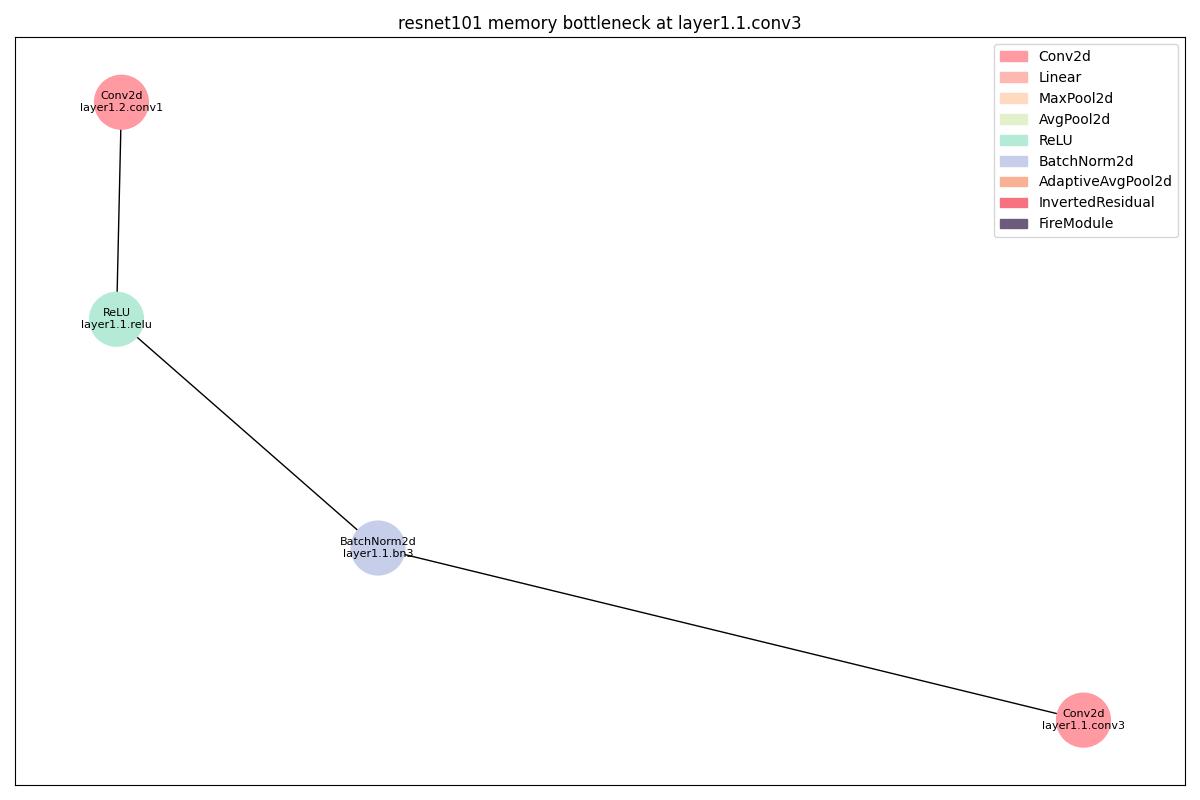
Earlier version of the Graphviz export dags/resnet101_memory_layer1_1_conv3_op.png (11222-Meng/DNN_Bottlen_Layer_Analysis). Its source is kept beside it as dags/resnet101_memory_layer1_1_conv3_op.dot.
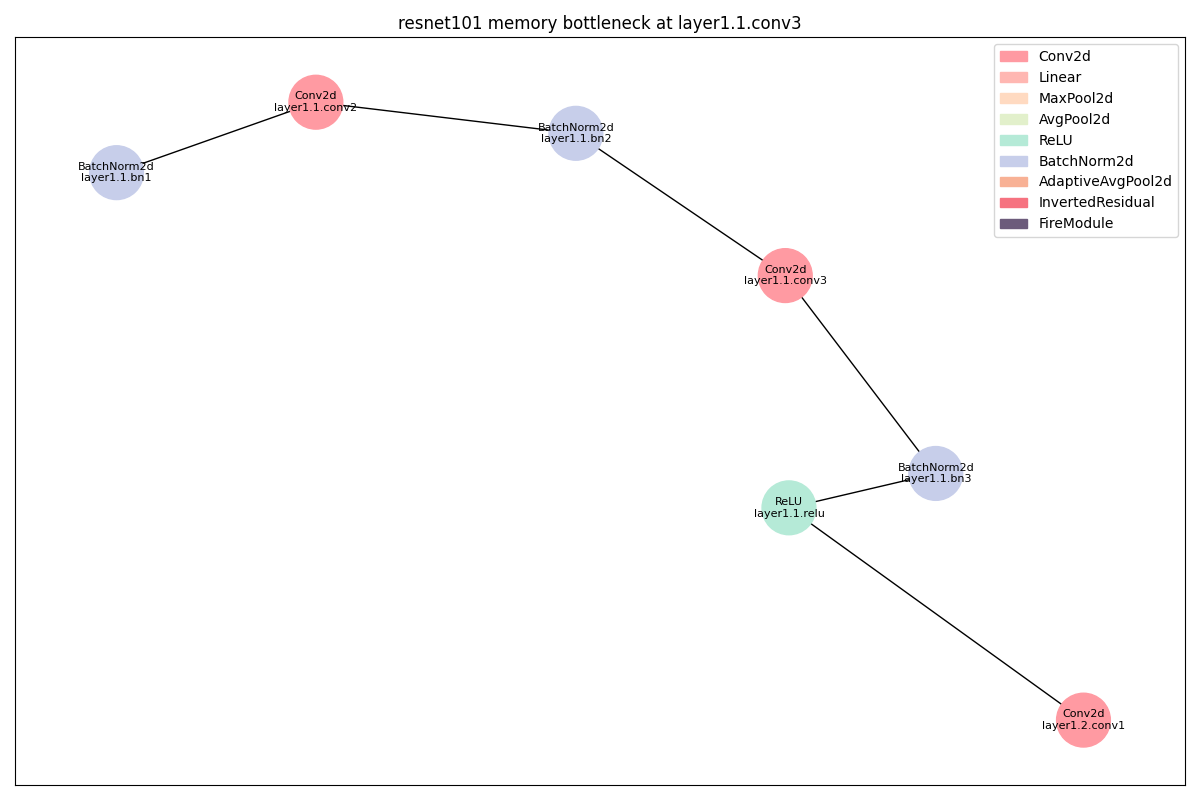
After the change.

Change to the diagram source:
```diff
@@ -1,21 +1,36 @@
 strict digraph "" {
+	BatchNorm2d_0	[color="#C7CEEA",
+		layer_name="layer1.1.bn1",
+		params=128,
+		type=BatchNorm2d];
 	Conv2d_0	[color="#FF9AA2",
+		layer_name="layer1.1.conv2",
+		params=36864,
+		type=Conv2d];
+	BatchNorm2d_0 -> Conv2d_0;
+	BatchNorm2d_1	[color="#C7CEEA",
+		layer_name="layer1.1.bn2",
+		params=128,
+		type=BatchNorm2d];
+	Conv2d_0 -> BatchNorm2d_1;
+	Conv2d_1	[color="#FF9AA2",
 		layer_name="layer1.1.conv3",
 		params=16384,
 		type=Conv2d];
-	BatchNorm2d_0	[color="#C7CEEA",
+	BatchNorm2d_1 -> Conv2d_1;
+	BatchNorm2d_2	[color="#C7CEEA",
 		layer_name="layer1.1.bn3",
 		params=512,
 		type=BatchNorm2d];
-	Conv2d_0 -> BatchNorm2d_0;
+	Conv2d_1 -> BatchNorm2d_2;
 	ReLU_0	[color="#B5EAD7",
 		layer_name="layer1.1.relu",
 		params=0,
 		type=ReLU];
-	BatchNorm2d_0 -> ReLU_0;
-	Conv2d_1	[color="#FF9AA2",
+	BatchNorm2d_2 -> ReLU_0;
+	Conv2d_2	[color="#FF9AA2",
 		layer_name="layer1.2.conv1",
 		params=16384,
 		type=Conv2d];
-	ReLU_0 -> Conv2d_1;
+	ReLU_0 -> Conv2d_2;
 }
```
